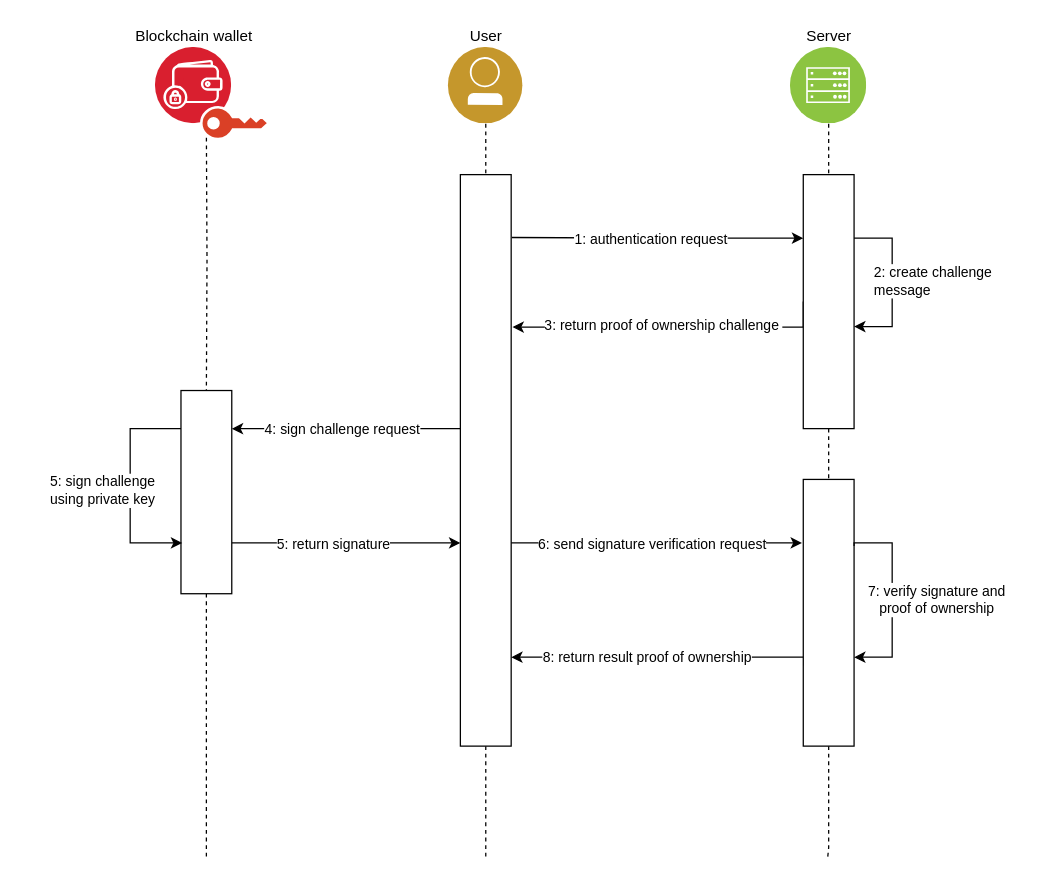
artis-project/artis-thesis keeps this draw.io diagram as diagrams/authentication_flow.drawio. Above is the earlier version. Source tidied: cells renumbered, new cells numbered last; positions are measured from the earlier drawing's top-left corner, leaving out a move shared by most shapes. Both pictures are drawn from the tidied source at 127%, with x=0, y=0 at pixel (130, 47).
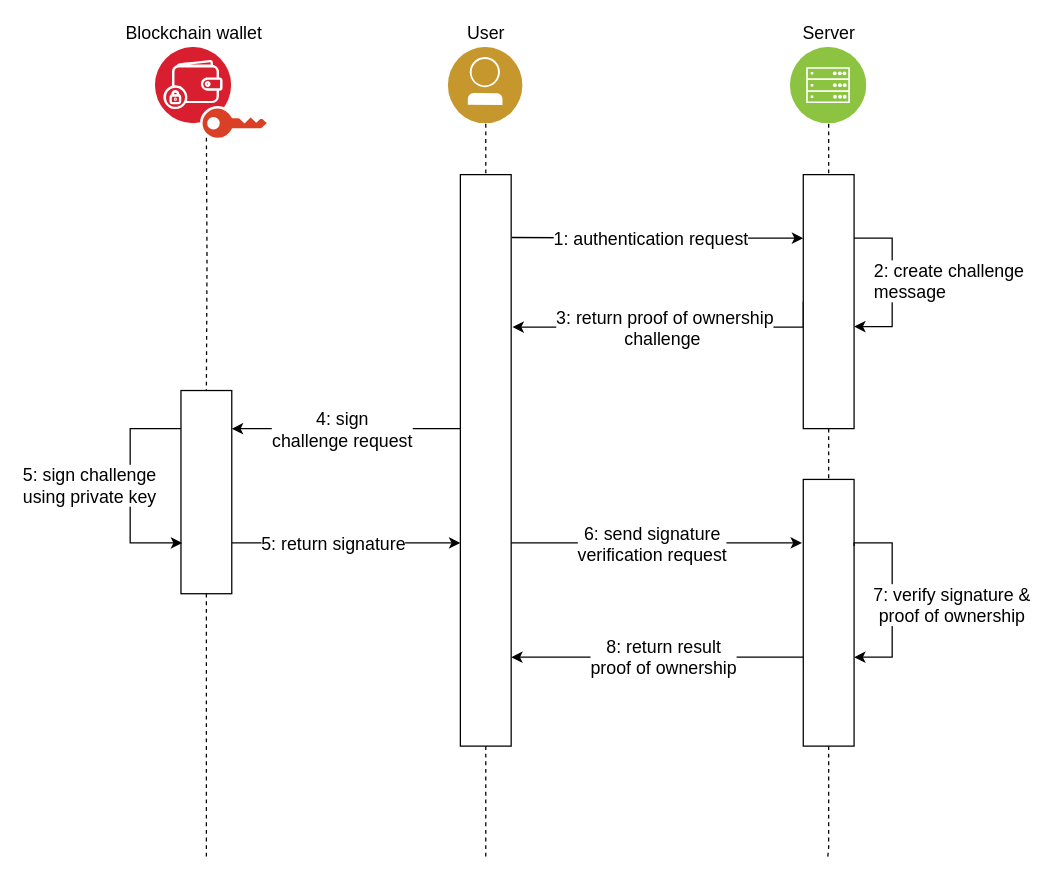
Above is the later version.

Unchanged cells that the change refers to:
```xml
<mxCell id="2" style="group;" parent="1" vertex="1">
  <mxGeometry width="600" height="645" as="geometry" />
</mxCell>
<mxCell id="10" style="edgeStyle=orthogonalEdgeStyle;rounded=0;jettySize=auto;html=1;exitX=0;exitY=0.25;exitDx=0;exitDy=0;entryX=1.014;entryY=0.11;entryDx=0;entryDy=0;entryPerimeter=0;startArrow=classic;startFill=1;endArrow=none;endFill=0;" parent="2" edge="1" source="14" target="8">
  <mxGeometry relative="1" as="geometry" />
</mxCell>
<mxCell id="12" style="edgeStyle=orthogonalEdgeStyle;rounded=0;jettySize=auto;html=1;exitX=0;exitY=0.5;exitDx=0;exitDy=0;" parent="2" edge="1" source="14">
  <mxGeometry relative="1" as="geometry">
    <mxPoint x="301" y="220" as="targetPoint" />
    <Array as="points">
      <mxPoint x="530" y="220" />
      <mxPoint x="301" y="220" />
    </Array>
  </mxGeometry>
</mxCell>
<mxCell id="16" style="edgeStyle=orthogonalEdgeStyle;rounded=0;jettySize=auto;html=1;exitX=1;exitY=0.75;exitDx=0;exitDy=0;" parent="2" edge="1" source="18">
  <mxGeometry relative="1" as="geometry">
    <mxPoint x="260" y="390" as="targetPoint" />
    <Array as="points">
      <mxPoint x="80" y="390" />
      <mxPoint x="260" y="390" />
    </Array>
  </mxGeometry>
</mxCell>
<mxCell id="19" style="edgeStyle=orthogonalEdgeStyle;rounded=0;jettySize=auto;html=1;entryX=1;entryY=0.188;entryDx=0;entryDy=0;entryPerimeter=0;" parent="2" edge="1" source="8" target="18">
  <mxGeometry relative="1" as="geometry">
    <Array as="points">
      <mxPoint x="210" y="300" />
      <mxPoint x="210" y="300" />
    </Array>
  </mxGeometry>
</mxCell>
<mxCell id="22" style="group;" parent="2" vertex="1">
  <mxGeometry x="20" width="89" height="72" as="geometry" />
</mxCell>
<mxCell id="25" style="edgeStyle=orthogonalEdgeStyle;rounded=0;orthogonalLoop=1;jettySize=auto;html=1;exitX=1;exitY=0.25;exitDx=0;exitDy=0;entryX=1;entryY=0.598;entryDx=0;entryDy=0;entryPerimeter=0;" parent="2" edge="1" source="14" target="14">
  <mxGeometry relative="1" as="geometry">
    <Array as="points">
      <mxPoint x="600" y="150" />
      <mxPoint x="600" y="220" />
    </Array>
  </mxGeometry>
</mxCell>
<mxCell id="27" style="edgeStyle=orthogonalEdgeStyle;rounded=0;orthogonalLoop=1;jettySize=auto;html=1;" parent="2" edge="1">
  <mxGeometry relative="1" as="geometry">
    <mxPoint x="40" y="300" as="sourcePoint" />
    <mxPoint x="41" y="390" as="targetPoint" />
    <Array as="points">
      <mxPoint y="300" />
      <mxPoint y="390" />
      <mxPoint x="41" y="390" />
    </Array>
  </mxGeometry>
</mxCell>
<mxCell id="30" style="edgeStyle=orthogonalEdgeStyle;rounded=0;jettySize=auto;html=1;exitX=0.007;exitY=0.699;exitDx=0;exitDy=0;exitPerimeter=0;" parent="2" edge="1" source="32">
  <mxGeometry relative="1" as="geometry">
    <mxPoint x="300" y="480" as="targetPoint" />
    <Array as="points">
      <mxPoint x="530" y="480" />
    </Array>
  </mxGeometry>
</mxCell>
<mxCell id="33" style="edgeStyle=orthogonalEdgeStyle;rounded=0;jettySize=auto;html=1;" parent="2" edge="1" source="8">
  <mxGeometry relative="1" as="geometry">
    <mxPoint x="529" y="390" as="targetPoint" />
    <Array as="points">
      <mxPoint x="360" y="390" />
      <mxPoint x="360" y="390" />
    </Array>
  </mxGeometry>
</mxCell>
<mxCell id="35" style="edgeStyle=orthogonalEdgeStyle;rounded=0;jettySize=auto;html=1;exitX=1;exitY=0.25;exitDx=0;exitDy=0;" parent="2" edge="1" source="32">
  <mxGeometry relative="1" as="geometry">
    <mxPoint x="570" y="480" as="targetPoint" />
    <Array as="points">
      <mxPoint x="600" y="390" />
      <mxPoint x="600" y="480" />
    </Array>
  </mxGeometry>
</mxCell>
```

What changed in the source:
```diff
@@
-    <mxCell id="4" value="Server" style="image;perimeter=ellipsePerimeter;html=1;align=center;shadow=0;dashed=0;fontColor=#000000;labelBackgroundColor=none;fontSize=12;spacingTop=3;image=img/lib/ibm/infrastructure/mobile_backend.svg;labelPosition=center;verticalLabelPosition=top;verticalAlign=bottom;" parent="2" vertex="1">
+    <mxCell id="4" value="&lt;font style=&quot;font-size: 14px;&quot;&gt;Server&lt;/font&gt;" style="image;perimeter=ellipsePerimeter;html=1;align=center;shadow=0;dashed=0;fontColor=#000000;labelBackgroundColor=none;fontSize=12;spacingTop=3;image=img/lib/ibm/infrastructure/mobile_backend.svg;labelPosition=center;verticalLabelPosition=top;verticalAlign=bottom;" parent="2" vertex="1">
       <mxGeometry x="520" width="60" height="60" as="geometry" />
     </mxCell>
@@
-    <mxCell id="6" value="User" style="image;perimeter=ellipsePerimeter;html=1;align=center;shadow=0;dashed=0;fontColor=#000000;labelBackgroundColor=none;fontSize=12;spacingTop=3;image=img/lib/ibm/blockchain/blockchain_developer.svg;labelPosition=center;verticalLabelPosition=top;verticalAlign=bottom;" parent="2" vertex="1">
+    <mxCell id="6" value="&lt;font style=&quot;font-size: 14px;&quot;&gt;User&lt;/font&gt;" style="image;perimeter=ellipsePerimeter;html=1;align=center;shadow=0;dashed=0;fontColor=#000000;labelBackgroundColor=none;fontSize=12;spacingTop=3;image=img/lib/ibm/blockchain/blockchain_developer.svg;labelPosition=center;verticalLabelPosition=top;verticalAlign=bottom;" parent="2" vertex="1">
       <mxGeometry x="250" width="60" height="60" as="geometry" />
     </mxCell>
@@
-    <mxCell id="11" value="1: authentication request" style="edgeLabel;html=1;align=center;verticalAlign=middle;" parent="10" vertex="1">
+    <mxCell id="11" value="&lt;font style=&quot;font-size: 14px;&quot;&gt;1: authentication request&lt;/font&gt;" style="edgeLabel;html=1;align=center;verticalAlign=middle;" parent="10" vertex="1">
       <mxGeometry x="-0.08" relative="1" as="geometry">
         <mxPoint x="-15" as="offset" />
       </mxGeometry>
     </mxCell>
@@
-    <mxCell id="13" value="3: return proof of ownership challenge&amp;nbsp;" style="edgeLabel;html=1;align=center;verticalAlign=middle;" parent="12" vertex="1">
+    <mxCell id="13" value="&lt;font style=&quot;font-size: 14px;&quot;&gt;3: return proof of ownership&lt;br style=&quot;font-size: 14px;&quot;&gt;challenge&amp;nbsp;&lt;/font&gt;" style="edgeLabel;html=1;align=center;verticalAlign=middle;fontSize=14;" parent="12" vertex="1">
       <mxGeometry x="-0.09" y="-2" relative="1" as="geometry">
-        <mxPoint x="-18" as="offset" />
+        <mxPoint x="-17" y="2" as="offset" />
       </mxGeometry>
     </mxCell>
@@
-    <mxCell id="17" value="5: return signature" style="edgeLabel;html=1;align=center;verticalAlign=middle;" parent="16" vertex="1">
+    <mxCell id="17" value="&lt;font style=&quot;font-size: 14px;&quot;&gt;5: return signature&lt;/font&gt;" style="edgeLabel;html=1;align=center;verticalAlign=middle;" parent="16" vertex="1">
       <mxGeometry x="-0.43" y="-1" relative="1" as="geometry">
         <mxPoint x="28" y="-1" as="offset" />
       </mxGeometry>
     </mxCell>
@@
-    <mxCell id="20" value="4: sign challenge request" style="edgeLabel;html=1;align=center;verticalAlign=middle;" parent="19" vertex="1">
+    <mxCell id="20" value="&lt;font style=&quot;font-size: 14px;&quot;&gt;4: sign&lt;br&gt;challenge request&lt;/font&gt;" style="edgeLabel;html=1;align=center;verticalAlign=middle;" parent="19" vertex="1">
       <mxGeometry x="0.04" y="2" relative="1" as="geometry">
         <mxPoint y="-2" as="offset" />
       </mxGeometry>
     </mxCell>
@@
-    <mxCell id="23" value="Blockchain wallet" style="image;perimeter=ellipsePerimeter;html=1;align=center;shadow=0;dashed=0;fontColor=#000000;labelBackgroundColor=none;fontSize=12;spacingTop=3;image=img/lib/ibm/blockchain/wallet.svg;labelPosition=center;verticalLabelPosition=top;verticalAlign=bottom;" parent="22" vertex="1">
+    <mxCell id="23" value="&lt;font style=&quot;font-size: 14px;&quot;&gt;Blockchain wallet&lt;/font&gt;" style="image;perimeter=ellipsePerimeter;html=1;align=center;shadow=0;dashed=0;fontColor=#000000;labelBackgroundColor=none;fontSize=12;spacingTop=3;image=img/lib/ibm/blockchain/wallet.svg;labelPosition=center;verticalLabelPosition=top;verticalAlign=bottom;" parent="22" vertex="1">
       <mxGeometry width="60" height="60" as="geometry" />
     </mxCell>
@@
-    <mxCell id="26" value="2: create challenge&lt;br&gt;message" style="edgeLabel;html=1;align=left;verticalAlign=middle;labelPosition=right;verticalLabelPosition=middle;" parent="25" vertex="1">
+    <mxCell id="26" value="&lt;font style=&quot;font-size: 14px;&quot;&gt;2: create challenge&lt;br&gt;message&lt;/font&gt;" style="edgeLabel;html=1;align=left;verticalAlign=middle;labelPosition=right;verticalLabelPosition=middle;" parent="25" vertex="1">
       <mxGeometry y="4" relative="1" as="geometry">
         <mxPoint x="-20" y="-2" as="offset" />
       </mxGeometry>
     </mxCell>
@@
-    <mxCell id="28" value="5: sign challenge &lt;br&gt;&lt;span style=&quot;text-align: left;&quot;&gt;using private key&lt;/span&gt;" style="edgeLabel;html=1;align=right;verticalAlign=middle;labelPosition=left;verticalLabelPosition=middle;" parent="27" vertex="1">
+    <mxCell id="28" value="&lt;font style=&quot;font-size: 14px;&quot;&gt;5: sign challenge &lt;br&gt;&lt;span style=&quot;text-align: left;&quot;&gt;using private key&lt;/span&gt;&lt;/font&gt;" style="edgeLabel;html=1;align=right;verticalAlign=middle;labelPosition=left;verticalLabelPosition=middle;" parent="27" vertex="1">
       <mxGeometry x="0.06" y="2" relative="1" as="geometry">
-        <mxPoint x="18" y="-3" as="offset" />
+        <mxPoint x="19" y="-7" as="offset" />
       </mxGeometry>
     </mxCell>
@@
-    <mxCell id="31" value="8: return result proof of ownership" style="edgeLabel;html=1;align=center;verticalAlign=middle;" parent="30" vertex="1">
+    <mxCell id="31" value="&lt;font style=&quot;font-size: 14px;&quot;&gt;8: return result&lt;br&gt;proof of ownership&lt;/font&gt;" style="edgeLabel;html=1;align=center;verticalAlign=middle;" parent="30" vertex="1">
       <mxGeometry x="0.1" y="4" relative="1" as="geometry">
-        <mxPoint x="-1" y="-5" as="offset" />
+        <mxPoint x="12" y="-5" as="offset" />
       </mxGeometry>
     </mxCell>
@@
-    <mxCell id="34" value="6: send signature verification request" style="edgeLabel;html=1;align=center;verticalAlign=middle;" parent="33" vertex="1">
+    <mxCell id="34" value="&lt;font style=&quot;font-size: 14px;&quot;&gt;6: send signature&lt;br&gt;verification request&lt;/font&gt;" style="edgeLabel;html=1;align=center;verticalAlign=middle;" parent="33" vertex="1">
       <mxGeometry x="-0.2" y="2" relative="1" as="geometry">
         <mxPoint x="18" y="2" as="offset" />
       </mxGeometry>
     </mxCell>
@@
-    <mxCell id="36" value="7: verify signature and&lt;br style=&quot;border-color: var(--border-color); text-align: left;&quot;&gt;&lt;span style=&quot;text-align: left;&quot;&gt;proof of ownership&lt;/span&gt;" style="edgeLabel;html=1;align=center;verticalAlign=middle;" parent="35" vertex="1">
+    <mxCell id="36" value="7: verify signature &amp;amp;&lt;br style=&quot;border-color: var(--border-color); text-align: left; font-size: 14px;&quot;&gt;&lt;span style=&quot;text-align: left; font-size: 14px;&quot;&gt;proof of ownership&lt;/span&gt;" style="edgeLabel;html=1;align=center;verticalAlign=middle;fontSize=14;" parent="35" vertex="1">
       <mxGeometry x="0.05" y="1" relative="1" as="geometry">
-        <mxPoint x="33" y="-3" as="offset" />
+        <mxPoint x="45" y="1" as="offset" />
       </mxGeometry>
     </mxCell>
```
